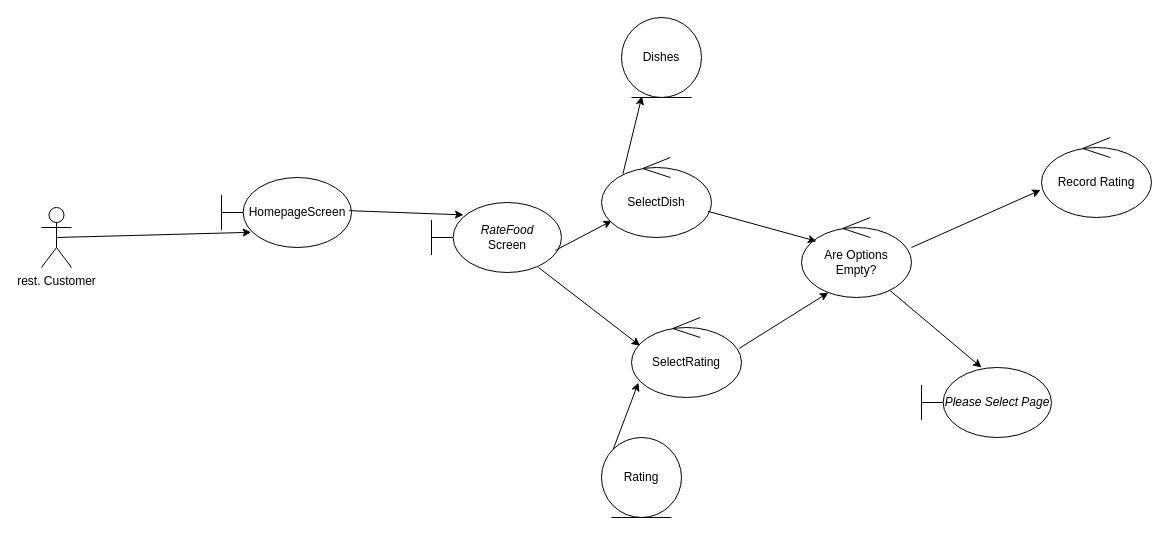
Before: Robustness-Diagram-v1.0/Robustness-RateFood.drawio in TMCEID/SoftEngFishApp, a draw.io diagram. Source tidied: cells renumbered, new cells numbered last; positions are measured from the earlier drawing's top-left corner, leaving out a move shared by most shapes. Both pictures are drawn from the tidied source at 100%, with x=0, y=0 at pixel (41, 17).
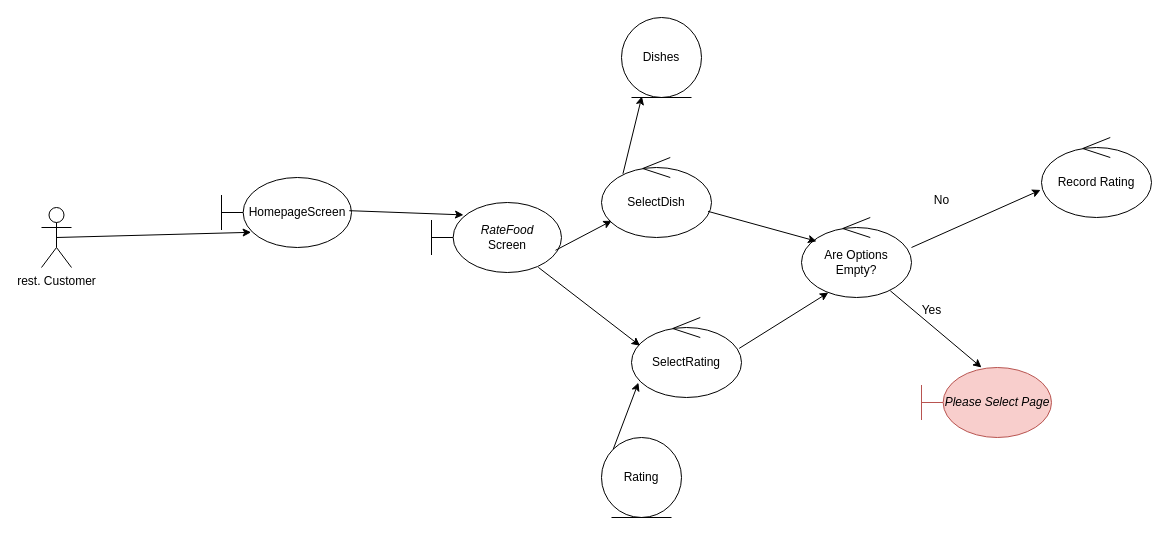
The same diagram, later.

What changed in the source:
```diff
@@
-    <mxCell id="20" value="&lt;i&gt;Please Select Page&lt;/i&gt;" style="shape=umlBoundary;whiteSpace=wrap;html=1;" parent="1" vertex="1">
+    <mxCell id="20" value="&lt;i&gt;Please Select Page&lt;/i&gt;" style="shape=umlBoundary;whiteSpace=wrap;html=1;fillColor=#f8cecc;strokeColor=#b85450;" parent="1" vertex="1">
       <mxGeometry x="880" y="350" width="130" height="70" as="geometry" />
     </mxCell>
@@
+    <mxCell id="22" value="Νο" style="text;html=1;align=center;verticalAlign=middle;strokeColor=none;fillColor=none;" parent="1" vertex="1">
+      <mxGeometry x="880" y="168" width="40" height="30" as="geometry" />
+    </mxCell>
+    <mxCell id="23" value="Yes" style="text;html=1;align=center;verticalAlign=middle;strokeColor=none;fillColor=none;" parent="1" vertex="1">
+      <mxGeometry x="870" y="278" width="40" height="30" as="geometry" />
+    </mxCell>
```
